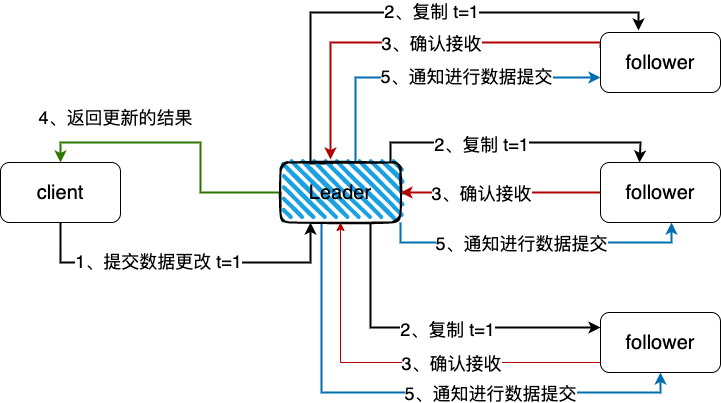
Before: img/raft-leader.png, a diagram exported from draw.io (boilingfrog/etcd-learning). Source tidied: cells renumbered, new cells last; positions are measured from the earlier drawing's top-left corner, leaving out a move shared by most shapes.
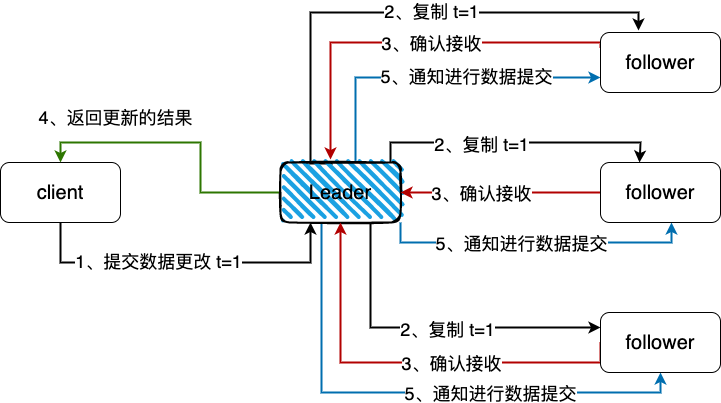
The same file after the commit.

Diff of the diagram source:
```diff
@@ -115,7 +115,7 @@
     <mxCell id="25" value="&lt;span style=&quot;font-size: 20px&quot;&gt;follower&lt;/span&gt;" style="rounded=1;whiteSpace=wrap;html=1;" parent="1" vertex="1">
       <mxGeometry x="600" y="150" width="120" height="60" as="geometry" />
     </mxCell>
-    <mxCell id="26" style="edgeStyle=orthogonalEdgeStyle;rounded=0;jettySize=auto;html=1;entryX=0.5;entryY=1;entryDx=0;entryDy=0;fontSize=18;fillColor=#e51400;strokeColor=#B20000;exitX=0;exitY=0.5;exitDx=0;exitDy=0;" parent="1" edge="1" source="28" target="19">
+    <mxCell id="26" style="edgeStyle=orthogonalEdgeStyle;rounded=0;jettySize=auto;html=1;entryX=0.5;entryY=1;entryDx=0;entryDy=0;fontSize=18;fillColor=#e51400;strokeColor=#B20000;exitX=0;exitY=0.5;exitDx=0;exitDy=0;strokeWidth=2;" parent="1" edge="1" source="28" target="19">
       <mxGeometry relative="1" as="geometry">
         <Array as="points">
           <mxPoint x="600" y="350" />
```
